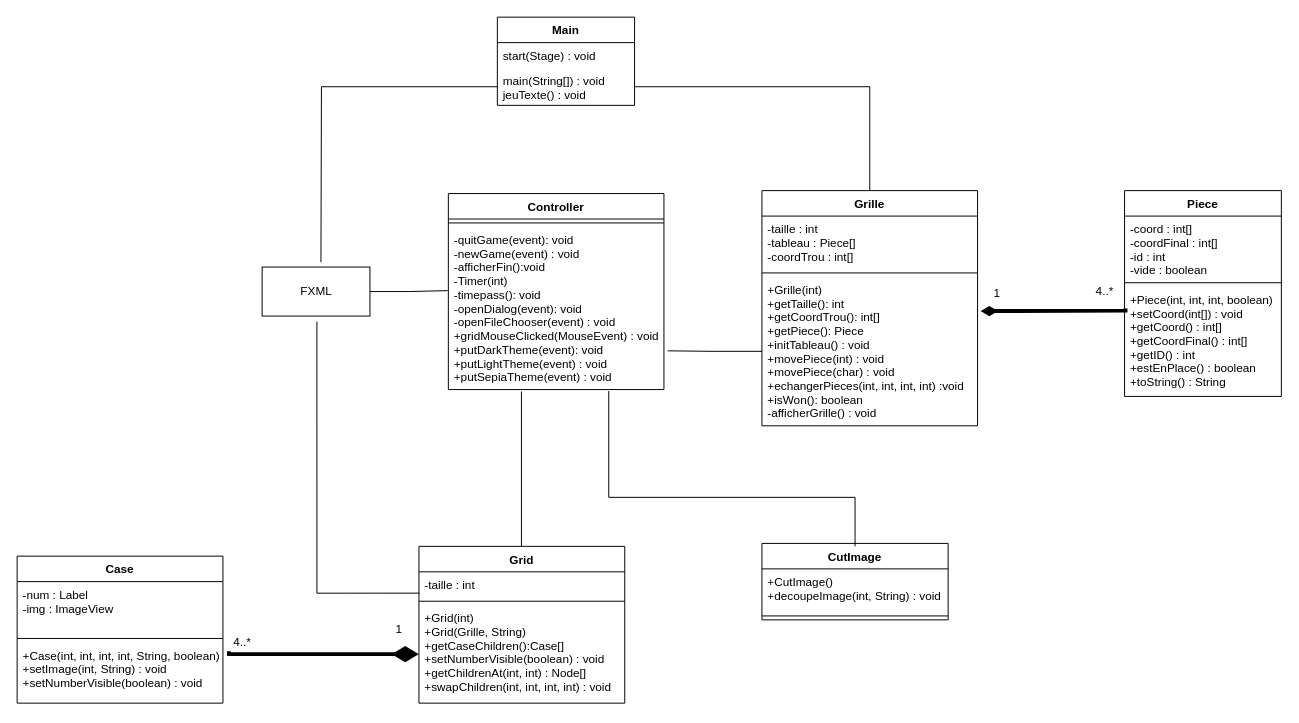
The draw.io diagram Diagramme_Classes.drawio in tiphainewo/Projet-Taquin, before the edit. Source tidied: cells renumbered, new cells numbered last; positions are measured from the earlier drawing's top-left corner, leaving out a move shared by most shapes. Both pictures are drawn from the tidied source at 98%, with x=0, y=0 at pixel (17, 17).
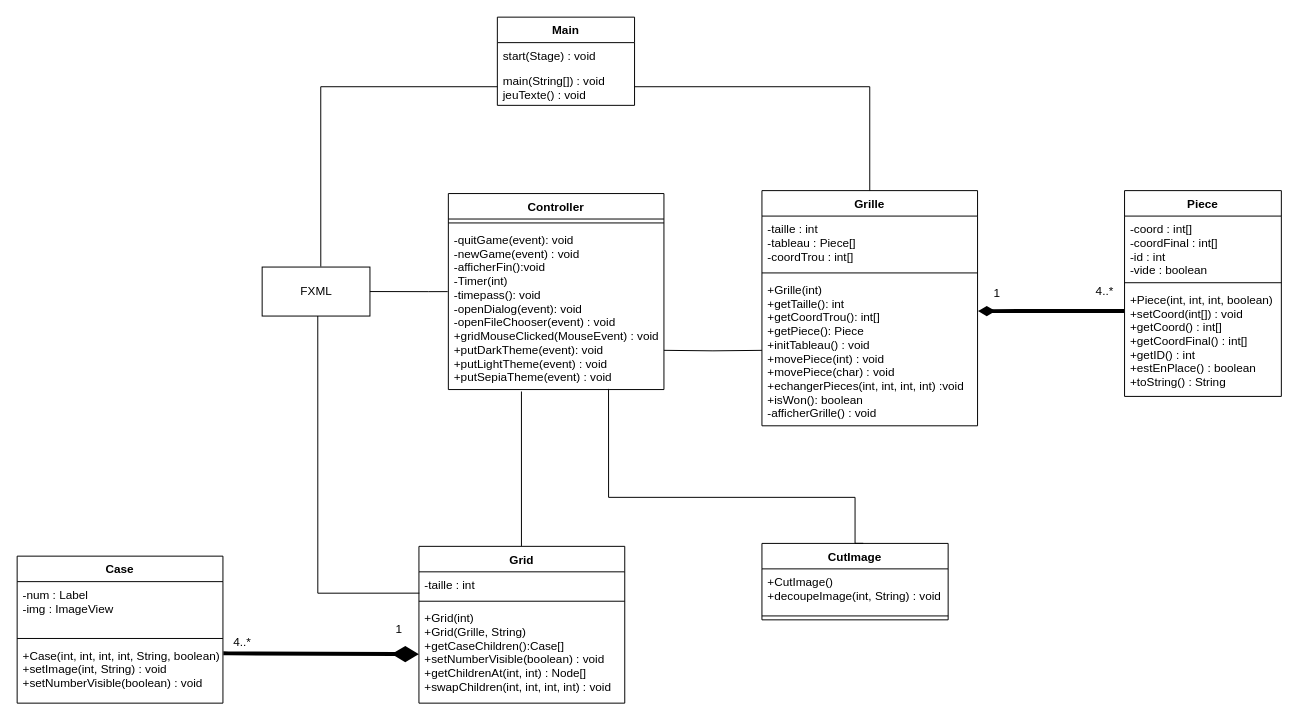
The same page after the edit.

The change refers to these unchanged cells:
```xml
<mxCell id="8" value="+Grille(int)&#10;+getTaille(): int&#10;+getCoordTrou(): int[]&#10;+getPiece(): Piece&#10;+initTableau() : void&#10;+movePiece(int) : void&#10;+movePiece(char) : void&#10;+echangerPieces(int, int, int, int) :void&#10;+isWon(): boolean&#10;-afficherGrille() : void&#10;" style="text;strokeColor=none;fillColor=none;align=left;verticalAlign=top;spacingLeft=4;spacingRight=4;overflow=hidden;points=[[0,0.5],[1,0.5]];portConstraint=eastwest;" parent="5" vertex="1">
  <mxGeometry y="88" width="220" height="152" as="geometry" />
</mxCell>
<mxCell id="12" value="+Piece(int, int, int, boolean)&#10;+setCoord(int[]) : void&#10;+getCoord() : int[]&#10;+getCoordFinal() : int[]&#10;+getID() : int&#10;+estEnPlace() : boolean&#10;+toString() : String" style="text;strokeColor=none;fillColor=none;align=left;verticalAlign=top;spacingLeft=4;spacingRight=4;overflow=hidden;points=[[0,0.5],[1,0.5]];portConstraint=eastwest;" parent="9" vertex="1">
  <mxGeometry y="98" width="160" height="112" as="geometry" />
</mxCell>
<mxCell id="15" value="-quitGame(event): void&#10;-newGame(event) : void&#10;-afficherFin():void&#10;-Timer(int)&#10;-timepass(): void&#10;-openDialog(event): void&#10;-openFileChooser(event) : void&#10;+gridMouseClicked(MouseEvent) : void&#10;+putDarkTheme(event): void&#10;+putLightTheme(event) : void&#10;+putSepiaTheme(event) : void" style="text;strokeColor=none;fillColor=none;align=left;verticalAlign=top;spacingLeft=4;spacingRight=4;overflow=hidden;points=[[0,0.5],[1,0.5]];portConstraint=eastwest;" parent="13" vertex="1">
  <mxGeometry y="34" width="220" height="166" as="geometry" />
</mxCell>
<mxCell id="19" value="+Case(int, int, int, int, String, boolean)&#10;+setImage(int, String) : void&#10;+setNumberVisible(boolean) : void" style="text;strokeColor=none;fillColor=none;align=left;verticalAlign=top;spacingLeft=4;spacingRight=4;overflow=hidden;points=[[0,0.5],[1,0.5]];portConstraint=eastwest;" parent="16" vertex="1">
  <mxGeometry y="88" width="210" height="62" as="geometry" />
</mxCell>
<mxCell id="20" value="CutImage" style="swimlane;fontStyle=1;align=center;verticalAlign=top;horizontal=1;startSize=26;" parent="1" vertex="1">
  <mxGeometry x="760" y="537" width="190" height="78" as="geometry" />
</mxCell>
<mxCell id="25" value="-taille : int" style="text;strokeColor=none;fillColor=none;align=left;verticalAlign=top;spacingLeft=4;spacingRight=4;overflow=hidden;points=[[0,0.5],[1,0.5]];portConstraint=eastwest;" parent="24" vertex="1">
  <mxGeometry y="26" width="210" height="26" as="geometry" />
</mxCell>
<mxCell id="27" value="+Grid(int)&#10;+Grid(Grille, String)&#10;+getCaseChildren():Case[]&#10;+setNumberVisible(boolean) : void&#10;+getChildrenAt(int, int) : Node[]&#10;+swapChildren(int, int, int, int) : void" style="text;strokeColor=none;fillColor=none;align=left;verticalAlign=top;spacingLeft=4;spacingRight=4;overflow=hidden;points=[[0,0.5],[1,0.5]];portConstraint=eastwest;" parent="24" vertex="1">
  <mxGeometry y="60" width="210" height="100" as="geometry" />
</mxCell>
<mxCell id="29" value="FXML" style="html=1;" parent="1" vertex="1">
  <mxGeometry x="250" y="255" width="110" height="50" as="geometry" />
</mxCell>
<mxCell id="38" value="main(String[]) : void&#10;jeuTexte() : void&#10;" style="text;strokeColor=none;fillColor=none;align=left;verticalAlign=top;spacingLeft=4;spacingRight=4;overflow=hidden;points=[[0,0.5],[1,0.5]];portConstraint=eastwest;" parent="36" vertex="1">
  <mxGeometry y="52" width="140" height="38" as="geometry" />
</mxCell>
```

The edit, as a diff of the source:
```diff
@@
-    <mxCell id="2" style="edgeStyle=orthogonalEdgeStyle;rounded=0;jettySize=auto;html=1;endArrow=diamondThin;endFill=1;strokeWidth=4;exitX=-0.007;exitY=0.217;exitDx=0;exitDy=0;exitPerimeter=0;entryX=1.014;entryY=0.23;entryDx=0;entryDy=0;entryPerimeter=0;" parent="1" edge="1" source="12" target="8">
-      <mxGeometry relative="1" as="geometry">
-        <Array as="points">
-          <mxPoint x="1133" y="299" />
-          <mxPoint x="1020" y="300" />
-        </Array>
-      </mxGeometry>
+    <mxCell id="2" style="edgeStyle=orthogonalEdgeStyle;rounded=0;jettySize=auto;html=1;endArrow=diamondThin;endFill=1;strokeWidth=4;exitX=-0.001;exitY=0.222;exitDx=0;exitDy=0;exitPerimeter=0;entryX=1.002;entryY=0.23;entryDx=0;entryDy=0;entryPerimeter=0;" parent="1" edge="1" source="12" target="8">
+      <mxGeometry relative="1" as="geometry" />
     </mxCell>
@@
-    <mxCell id="28" style="edgeStyle=orthogonalEdgeStyle;rounded=0;jettySize=auto;html=1;entryX=-0.003;entryY=0.392;entryDx=0;entryDy=0;entryPerimeter=0;endArrow=none;endFill=0;" parent="1" edge="1" source="29" target="15">
-      <mxGeometry relative="1" as="geometry" />
-    </mxCell>
@@
-    <mxCell id="30" style="edgeStyle=orthogonalEdgeStyle;rounded=0;jettySize=auto;html=1;entryX=0;entryY=0.5;entryDx=0;entryDy=0;endArrow=diamondThin;endFill=1;endSize=16;startSize=14;jumpSize=7;strokeWidth=4;exitX=1.029;exitY=0.145;exitDx=0;exitDy=0;exitPerimeter=0;" parent="1" edge="1" source="19" target="27">
+    <mxCell id="30" style="edgeStyle=orthogonalEdgeStyle;rounded=0;jettySize=auto;html=1;entryX=0;entryY=0.5;entryDx=0;entryDy=0;endArrow=diamondThin;endFill=1;endSize=16;startSize=14;jumpSize=7;strokeWidth=4;exitX=1.002;exitY=0.18;exitDx=0;exitDy=0;exitPerimeter=0;" parent="1" edge="1" source="19" target="27">
       <mxGeometry relative="1" as="geometry">
         <Array as="points">
-          <mxPoint x="216" y="650" />
+          <mxPoint x="216" y="649" />
         </Array>
       </mxGeometry>
     </mxCell>
@@
-    <mxCell id="32" style="edgeStyle=orthogonalEdgeStyle;rounded=0;jettySize=auto;html=1;entryX=0.508;entryY=1.113;entryDx=0;entryDy=0;endArrow=none;endFill=0;exitX=0.002;exitY=0.837;exitDx=0;exitDy=0;exitPerimeter=0;entryPerimeter=0;" parent="1" edge="1" source="25" target="29">
+    <mxCell id="32" style="edgeStyle=orthogonalEdgeStyle;rounded=0;jettySize=auto;html=1;entryX=0.516;entryY=0.999;entryDx=0;entryDy=0;endArrow=none;endFill=0;exitX=0.002;exitY=0.837;exitDx=0;exitDy=0;exitPerimeter=0;entryPerimeter=0;" parent="1" edge="1" source="25" target="29">
       <mxGeometry relative="1" as="geometry">
         <Array as="points">
-          <mxPoint x="306" y="588" />
+          <mxPoint x="307" y="588" />
         </Array>
       </mxGeometry>
     </mxCell>
-    <mxCell id="33" style="edgeStyle=orthogonalEdgeStyle;rounded=0;jettySize=auto;html=1;entryX=1.017;entryY=0.762;entryDx=0;entryDy=0;entryPerimeter=0;endArrow=none;endFill=0;" parent="1" edge="1" source="8" target="15">
-      <mxGeometry relative="1" as="geometry" />
+    <mxCell id="33" style="edgeStyle=orthogonalEdgeStyle;rounded=0;jettySize=auto;html=1;entryX=1;entryY=0.759;entryDx=0;entryDy=0;entryPerimeter=0;endArrow=none;endFill=0;" parent="1" edge="1" target="15">
+      <mxGeometry relative="1" as="geometry">
+        <mxPoint x="760" y="340" as="sourcePoint" />
+      </mxGeometry>
     </mxCell>
@@
-    <mxCell id="35" style="edgeStyle=orthogonalEdgeStyle;rounded=0;jettySize=auto;html=1;entryX=0.744;entryY=1.009;entryDx=0;entryDy=0;entryPerimeter=0;endArrow=none;endFill=0;" parent="1" edge="1" target="15">
+    <mxCell id="35" style="edgeStyle=orthogonalEdgeStyle;rounded=0;jettySize=auto;html=1;entryX=0.743;entryY=0.996;entryDx=0;entryDy=0;entryPerimeter=0;endArrow=none;endFill=0;exitX=0.544;exitY=-0.001;exitDx=0;exitDy=0;exitPerimeter=0;" parent="1" edge="1" source="20" target="15">
       <mxGeometry relative="1" as="geometry">
-        <mxPoint x="855" y="540" as="sourcePoint" />
         <Array as="points">
+          <mxPoint x="855" y="537" />
           <mxPoint x="855" y="490" />
           <mxPoint x="604" y="490" />
         </Array>
       </mxGeometry>
     </mxCell>
@@
-    <mxCell id="39" style="edgeStyle=orthogonalEdgeStyle;rounded=0;jettySize=auto;html=1;endArrow=none;endFill=0;" parent="1" edge="1" source="38">
-      <mxGeometry relative="1" as="geometry">
-        <mxPoint x="310" y="250" as="targetPoint" />
-      </mxGeometry>
+    <mxCell id="39" style="edgeStyle=orthogonalEdgeStyle;rounded=0;jettySize=auto;html=1;endArrow=none;endFill=0;entryX=0.544;entryY=-0.01;entryDx=0;entryDy=0;entryPerimeter=0;" parent="1" edge="1" source="38" target="29">
+      <mxGeometry relative="1" as="geometry" />
     </mxCell>
@@
+    <mxCell id="41" style="edgeStyle=orthogonalEdgeStyle;rounded=0;jettySize=auto;html=1;entryX=1;entryY=0.5;entryDx=0;entryDy=0;endArrow=none;endFill=0;exitX=-0.003;exitY=0.398;exitDx=0;exitDy=0;exitPerimeter=0;" parent="1" edge="1" source="15" target="29">
+      <mxGeometry relative="1" as="geometry">
+        <Array as="points">
+          <mxPoint x="420" y="280" />
+        </Array>
+      </mxGeometry>
+    </mxCell>
```
